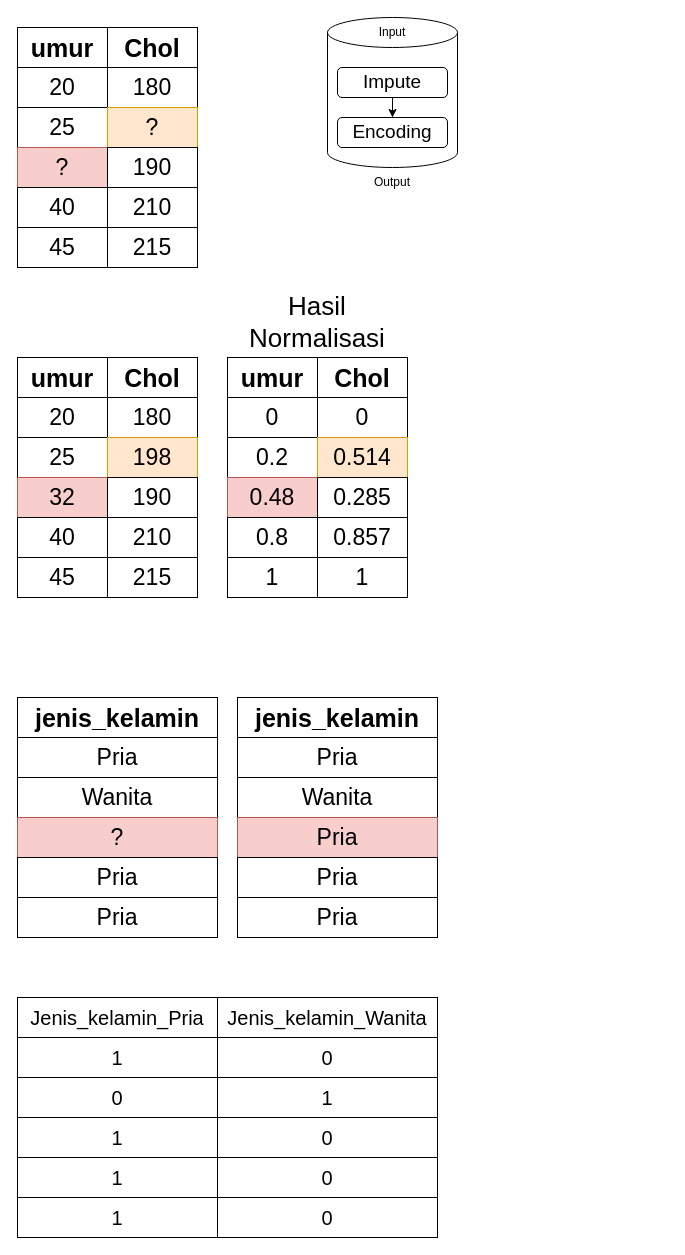
Earlier version of the draw.io diagram Sempro/Images/prep_numerik.drawio (rshby/skripsi). Source tidied: cells renumbered, new cells numbered last; positions are measured from the earlier drawing's top-left corner, leaving out a move shared by most shapes. Both pictures are drawn from the tidied source at 100%, with x=0, y=0 at pixel (17, 17).
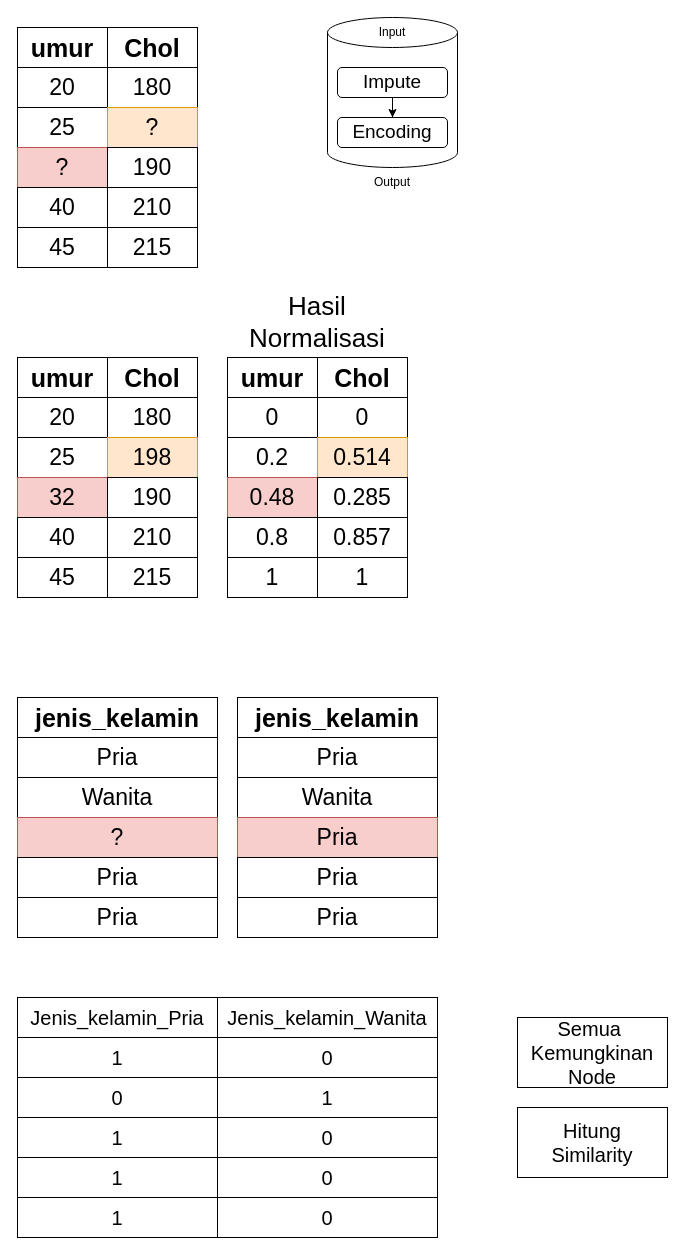
Above is the later version.

Diff of the diagram source:
```diff
@@
+    <mxCell id="79" value="&lt;font style=&quot;font-size: 20px&quot;&gt;Semua&amp;nbsp;&lt;br&gt;Kemungkinan&lt;br&gt;Node&lt;/font&gt;" style="rounded=0;whiteSpace=wrap;html=1;strokeWidth=1;" parent="1" vertex="1">
+      <mxGeometry x="500" y="1000" width="150" height="70" as="geometry" />
+    </mxCell>
+    <mxCell id="80" value="&lt;font style=&quot;font-size: 20px&quot;&gt;Hitung&lt;br&gt;Similarity&lt;/font&gt;" style="rounded=0;whiteSpace=wrap;html=1;strokeWidth=1;" parent="1" vertex="1">
+      <mxGeometry x="500" y="1090" width="150" height="70" as="geometry" />
+    </mxCell>
```
